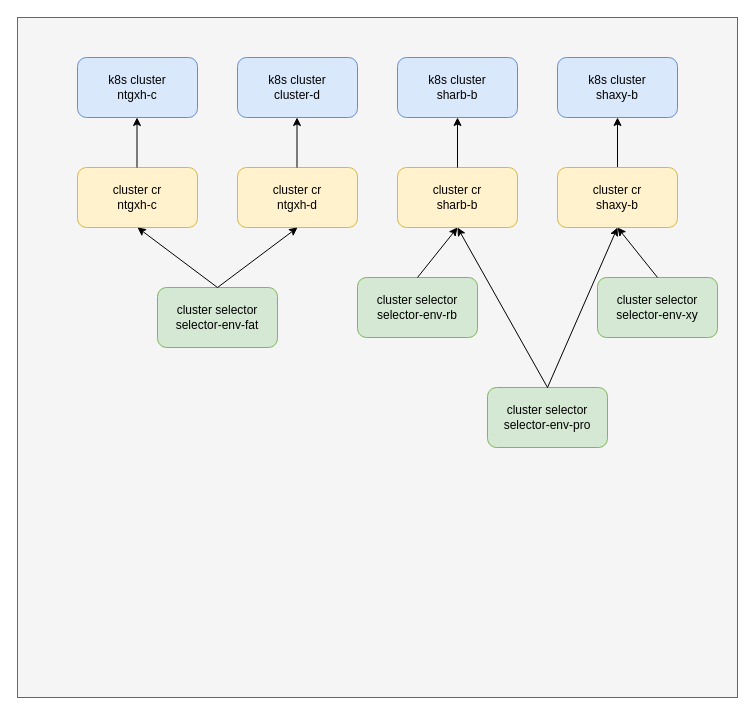
Before: cluster-selector.drawio in YanshanSong/draw.io, a draw.io diagram. Source tidied: cells renumbered, new cells numbered last; positions are measured from the earlier drawing's top-left corner, leaving out a move shared by most shapes. Both pictures are drawn from the tidied source at 100%, with x=0, y=0 at pixel (17, 17).
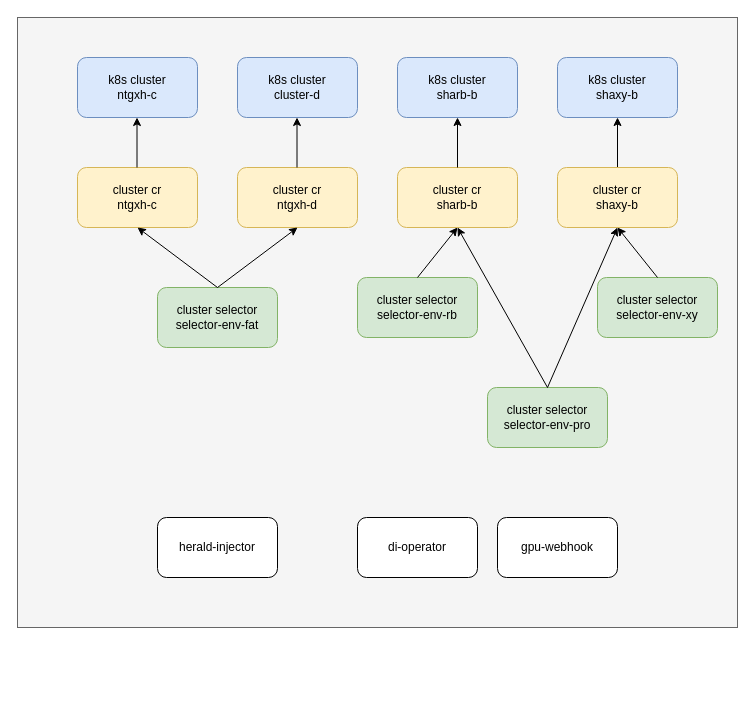
Above is the later version.

The edit, as a diff of the source:
```diff
@@
     <mxCell id="2" style="rounded=0;whiteSpace=wrap;html=1;fillColor=#f5f5f5;strokeColor=#666666;fontColor=#333333;" parent="1" vertex="1">
-      <mxGeometry width="720" height="680" as="geometry" />
+      <mxGeometry width="720" height="610" as="geometry" />
     </mxCell>
@@
+    <mxCell id="26" value="di-operator" style="rounded=1;whiteSpace=wrap;html=1;" parent="1" vertex="1">
+      <mxGeometry x="340" y="500" width="120" height="60" as="geometry" />
+    </mxCell>
+    <mxCell id="27" value="gpu-webhook" style="rounded=1;whiteSpace=wrap;html=1;" parent="1" vertex="1">
+      <mxGeometry x="480" y="500" width="120" height="60" as="geometry" />
+    </mxCell>
+    <mxCell id="28" value="herald-injector" style="rounded=1;whiteSpace=wrap;html=1;" parent="1" vertex="1">
+      <mxGeometry x="140" y="500" width="120" height="60" as="geometry" />
+    </mxCell>
```
